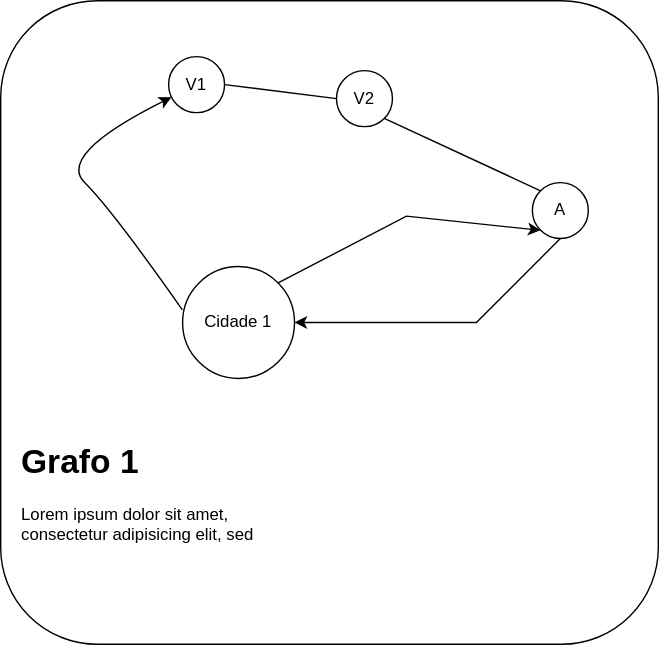
Earlier version of the draw.io export assets/Grafo0.drawio.svg (Vjfrib/Py-Lover). Source tidied: cells renumbered, new cells last; positions are measured from the earlier drawing's top-left corner, leaving out a move shared by most shapes. Its diagram source:
```xml
<mxGraphModel>
  <root>
    <mxCell id="0" />
    <mxCell id="1" parent="0" />
    <mxCell id="2" style="rounded=1;whiteSpace=wrap;html=1;" parent="1" vertex="1">
      <mxGeometry width="470" height="460" as="geometry" />
    </mxCell>
    <mxCell id="3" value="V1" style="ellipse;whiteSpace=wrap;html=1;" parent="1" vertex="1">
      <mxGeometry x="120" y="40" width="40" height="40" as="geometry" />
    </mxCell>
    <mxCell id="4" value="V2" style="ellipse;whiteSpace=wrap;html=1;" parent="1" vertex="1">
      <mxGeometry x="240" y="50" width="40" height="40" as="geometry" />
    </mxCell>
    <mxCell id="5" style="endArrow=none;html=1;rounded=0;exitX=1;exitY=0.5;exitDx=0;exitDy=0;entryX=0;entryY=0.5;entryDx=0;entryDy=0;" parent="1" edge="1" source="3" target="4">
      <mxGeometry relative="1" as="geometry" />
    </mxCell>
    <mxCell id="6" value="A" style="ellipse;whiteSpace=wrap;html=1;" parent="1" vertex="1">
      <mxGeometry x="380" y="130" width="40" height="40" as="geometry" />
    </mxCell>
    <mxCell id="7" style="endArrow=none;html=1;rounded=0;exitX=1;exitY=1;exitDx=0;exitDy=0;entryX=0;entryY=0;entryDx=0;entryDy=0;" parent="1" edge="1" source="4" target="6">
      <mxGeometry relative="1" as="geometry" />
    </mxCell>
    <mxCell id="8" value="Cidade 1" style="ellipse;whiteSpace=wrap;html=1;" parent="1" vertex="1">
      <mxGeometry x="130" y="190" width="80" height="80" as="geometry" />
    </mxCell>
    <mxCell id="9" style="endArrow=classic;html=1;rounded=0;entryX=0;entryY=1;entryDx=0;entryDy=0;exitX=1;exitY=0;exitDx=0;exitDy=0;" parent="1" edge="1" source="8" target="6">
      <mxGeometry relative="1" as="geometry">
        <Array as="points">
          <mxPoint x="290" y="154" />
        </Array>
      </mxGeometry>
    </mxCell>
    <mxCell id="10" style="endArrow=classic;html=1;rounded=0;exitX=0.5;exitY=1;exitDx=0;exitDy=0;" parent="1" edge="1" source="6" target="8">
      <mxGeometry relative="1" as="geometry">
        <Array as="points">
          <mxPoint x="340" y="230" />
        </Array>
      </mxGeometry>
    </mxCell>
    <mxCell id="11" style="curved=1;endArrow=classic;html=1;rounded=0;exitX=-0.002;exitY=0.387;exitDx=0;exitDy=0;exitPerimeter=0;" parent="1" edge="1" source="8" target="3">
      <mxGeometry relative="1" as="geometry">
        <Array as="points">
          <mxPoint x="80" y="150" />
          <mxPoint x="40" y="110" />
        </Array>
      </mxGeometry>
    </mxCell>
    <mxCell id="12" value="&lt;h1&gt;Grafo 1&lt;/h1&gt;&lt;p&gt;Lorem ipsum dolor sit amet, consectetur adipisicing elit, sed&lt;/p&gt;&lt;p&gt;&lt;br&gt;&lt;/p&gt;&lt;p&gt;Com os 3 tipos de aresta&lt;/p&gt;" style="text;html=1;strokeColor=none;fillColor=none;spacing=5;spacingTop=-20;whiteSpace=wrap;overflow=hidden;rounded=0;" parent="1" vertex="1">
      <mxGeometry x="10" y="310" width="190" height="120" as="geometry" />
    </mxCell>
  </root>
</mxGraphModel>
```
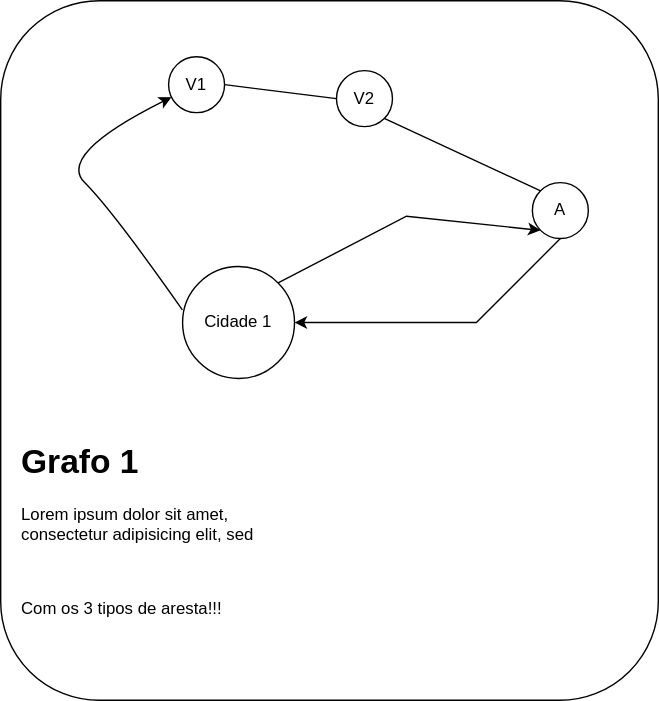
The same diagram one commit later.

Change to the diagram source:
```diff
@@ -3,7 +3,7 @@
     <mxCell id="0" />
     <mxCell id="1" parent="0" />
     <mxCell id="2" style="rounded=1;whiteSpace=wrap;html=1;" parent="1" vertex="1">
-      <mxGeometry width="470" height="460" as="geometry" />
+      <mxGeometry width="470" height="500" as="geometry" />
     </mxCell>
     <mxCell id="3" value="V1" style="ellipse;whiteSpace=wrap;html=1;" parent="1" vertex="1">
       <mxGeometry x="120" y="40" width="40" height="40" as="geometry" />
@@ -45,8 +45,8 @@
         </Array>
       </mxGeometry>
     </mxCell>
-    <mxCell id="12" value="&lt;h1&gt;Grafo 1&lt;/h1&gt;&lt;p&gt;Lorem ipsum dolor sit amet, consectetur adipisicing elit, sed&lt;/p&gt;&lt;p&gt;&lt;br&gt;&lt;/p&gt;&lt;p&gt;Com os 3 tipos de aresta&lt;/p&gt;" style="text;html=1;strokeColor=none;fillColor=none;spacing=5;spacingTop=-20;whiteSpace=wrap;overflow=hidden;rounded=0;" parent="1" vertex="1">
-      <mxGeometry x="10" y="310" width="190" height="120" as="geometry" />
+    <mxCell id="12" value="&lt;h1&gt;Grafo 1&lt;/h1&gt;&lt;p&gt;Lorem ipsum dolor sit amet, consectetur adipisicing elit, sed&lt;/p&gt;&lt;p&gt;&lt;br&gt;&lt;/p&gt;&lt;p&gt;Com os 3 tipos de aresta!!!&lt;/p&gt;" style="text;html=1;strokeColor=none;fillColor=none;spacing=5;spacingTop=-20;whiteSpace=wrap;overflow=hidden;rounded=0;" parent="1" vertex="1">
+      <mxGeometry x="10" y="310" width="190" height="150" as="geometry" />
     </mxCell>
   </root>
 </mxGraphModel>
```
